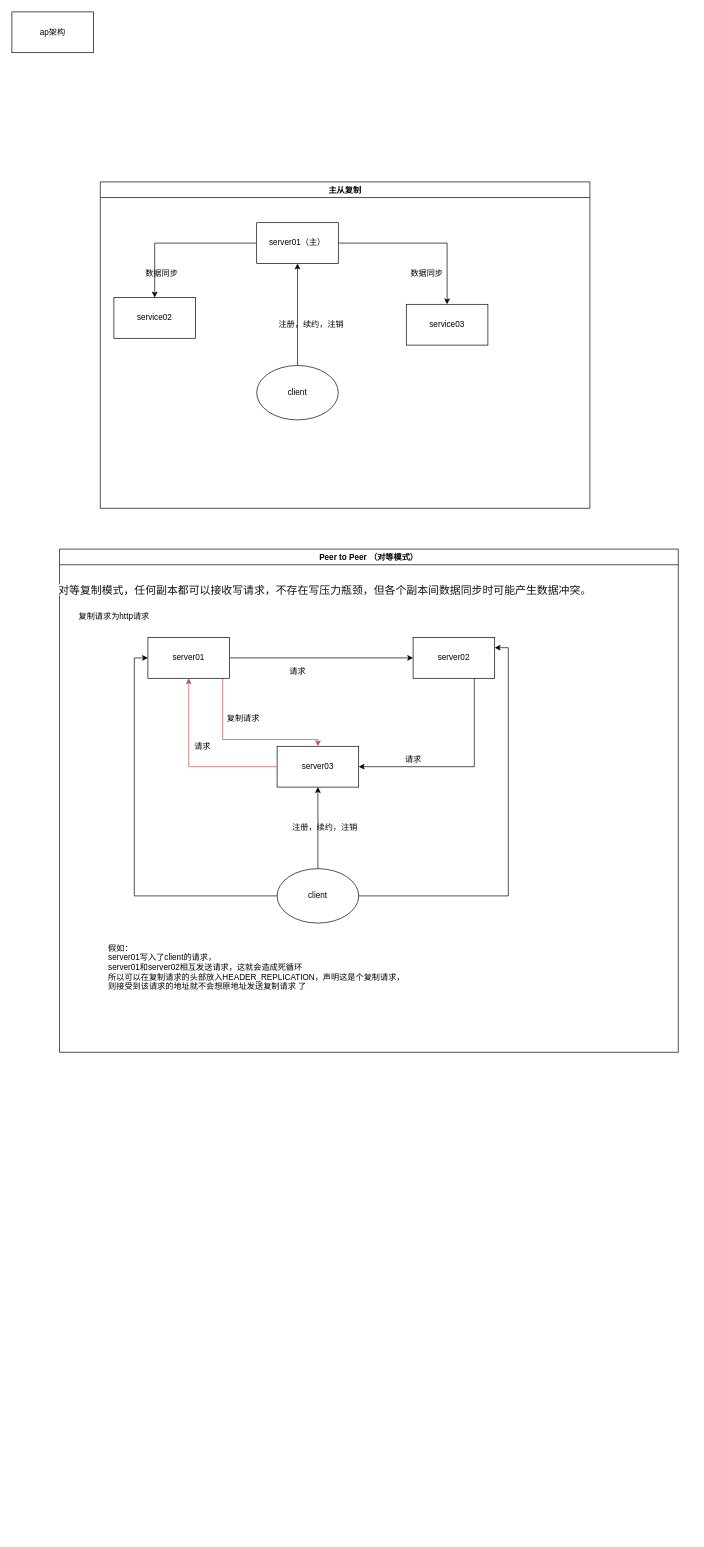
Earlier version of the draw.io diagram Untitled Diagram.drawio (x-Yorozuya/java-). Source tidied: cells renumbered, new cells numbered last; positions are measured from the earlier drawing's top-left corner, leaving out a move shared by most shapes. Both pictures are drawn from the tidied source at 68%, with x=0, y=0 at pixel (12, 12).
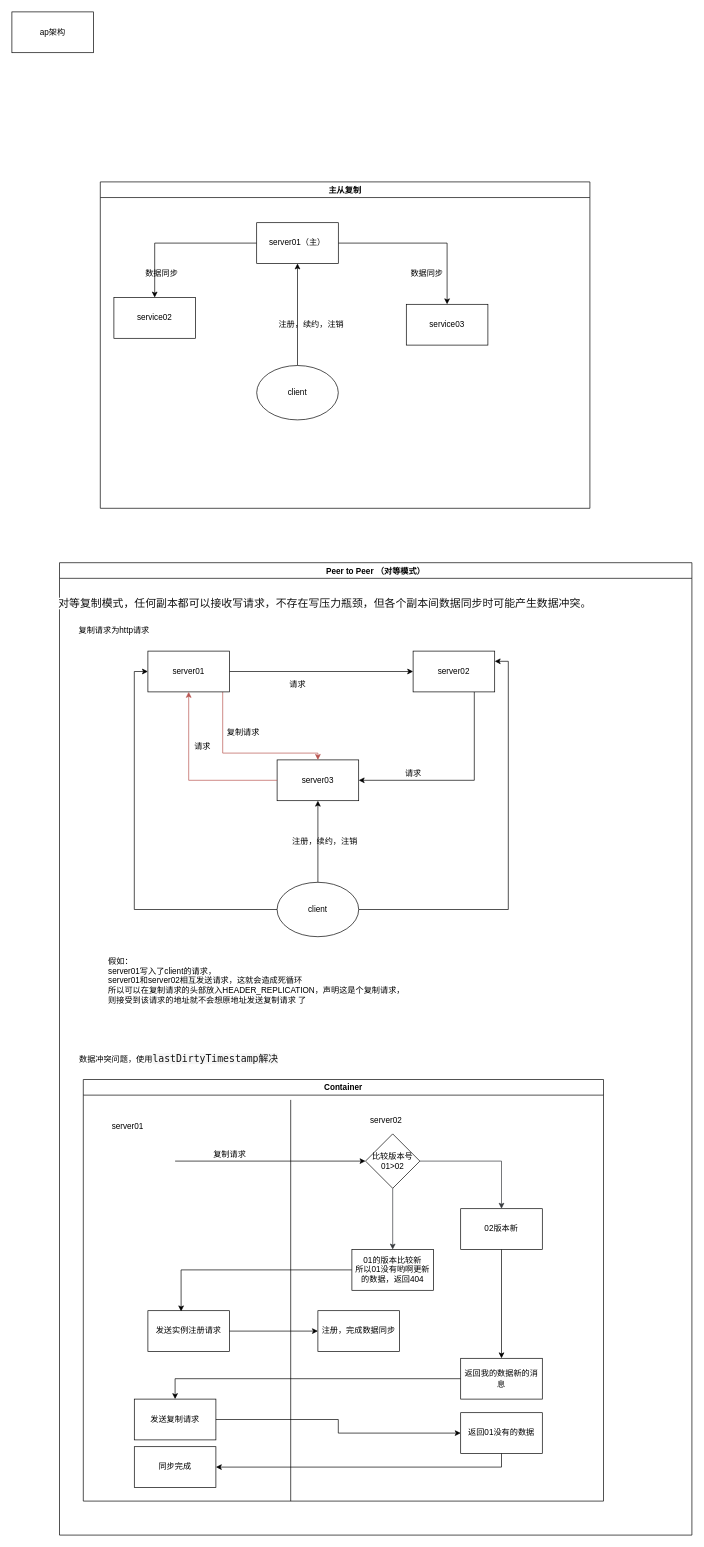
Above is the later version.

Diff of the diagram source:
```diff
@@
-    <mxCell id="14" value="Peer to Peer （对等模式）" style="swimlane;" parent="1" vertex="1">
-      <mxGeometry x="70" y="790" width="910" height="740" as="geometry" />
+    <mxCell id="14" value="Peer to Peer （对等模式）" style="swimlane;shadow=0;" parent="1" vertex="1">
+      <mxGeometry x="70" y="810" width="930" height="1430" as="geometry" />
     </mxCell>
@@
+    <mxCell id="34" value="数据冲突问题，使用&lt;span style=&quot;color: rgb(18 , 18 , 18) ; font-family: &amp;#34;menlo&amp;#34; , &amp;#34;monaco&amp;#34; , &amp;#34;consolas&amp;#34; , &amp;#34;andale mono&amp;#34; , &amp;#34;lucida console&amp;#34; , &amp;#34;courier new&amp;#34; , monospace ; font-size: 14.4px ; background-color: rgb(246 , 246 , 246)&quot;&gt;lastDirtyTimestamp解决&lt;/span&gt;" style="text;html=1;align=center;verticalAlign=middle;fontFamily=Helvetica;" parent="14" vertex="1">
+      <mxGeometry x="30" y="720" width="290" height="20" as="geometry" />
+    </mxCell>
+    <mxCell id="35" value="Container" style="swimlane;fontFamily=Helvetica;" parent="14" vertex="1">
+      <mxGeometry x="35" y="760" width="765" height="620" as="geometry" />
+    </mxCell>
+    <mxCell id="36" style="endArrow=none;html=1;fontFamily=Helvetica;" parent="35" edge="1">
+      <mxGeometry relative="1" as="geometry">
+        <mxPoint x="305" y="620" as="sourcePoint" />
+        <mxPoint x="305" y="30" as="targetPoint" />
+      </mxGeometry>
+    </mxCell>
+    <mxCell id="37" value="server02" style="text;html=1;align=center;verticalAlign=middle;fontFamily=Helvetica;" parent="35" vertex="1">
+      <mxGeometry x="415" y="50" width="60" height="20" as="geometry" />
+    </mxCell>
+    <mxCell id="38" style="endArrow=classic;html=1;fontFamily=Helvetica;entryX=0;entryY=0.5;entryDx=0;entryDy=0;" parent="35" edge="1" target="39">
+      <mxGeometry relative="1" as="geometry">
+        <mxPoint x="135" y="120" as="sourcePoint" />
+      </mxGeometry>
+    </mxCell>
+    <mxCell id="39" value="比较版本号&lt;br&gt;01&amp;gt;02" style="rhombus;whiteSpace=wrap;html=1;fontFamily=Helvetica;" parent="35" vertex="1">
+      <mxGeometry x="415" y="80" width="80" height="80" as="geometry" />
+    </mxCell>
+    <mxCell id="40" value="发送实例注册请求" style="whiteSpace=wrap;html=1;fontFamily=Helvetica;" parent="35" vertex="1">
+      <mxGeometry x="95" y="340" width="120" height="60" as="geometry" />
+    </mxCell>
+    <mxCell id="41" value="注册，完成数据同步" style="whiteSpace=wrap;html=1;fontFamily=Helvetica;" parent="35" vertex="1">
+      <mxGeometry x="345" y="340" width="120" height="60" as="geometry" />
+    </mxCell>
+    <mxCell id="42" style="edgeStyle=orthogonalEdgeStyle;rounded=0;jettySize=auto;html=1;fontFamily=Helvetica;" parent="35" edge="1" source="40" target="41">
+      <mxGeometry relative="1" as="geometry" />
+    </mxCell>
+    <mxCell id="43" value="02版本新" style="whiteSpace=wrap;html=1;" parent="35" vertex="1">
+      <mxGeometry x="555" y="190" width="120" height="60" as="geometry" />
+    </mxCell>
+    <mxCell id="44" style="edgeStyle=orthogonalEdgeStyle;rounded=0;jettySize=auto;html=1;fontFamily=Helvetica;fillColor=#ffff88;strokeColor=#36393d;" parent="35" edge="1" source="39" target="43">
+      <mxGeometry relative="1" as="geometry" />
+    </mxCell>
+    <mxCell id="45" style="edgeStyle=orthogonalEdgeStyle;rounded=0;jettySize=auto;html=1;entryX=0.5;entryY=0;entryDx=0;entryDy=0;fontFamily=Helvetica;" parent="35" edge="1" source="46" target="48">
+      <mxGeometry relative="1" as="geometry" />
+    </mxCell>
+    <mxCell id="46" value="返回我的数据新的消息" style="whiteSpace=wrap;html=1;shadow=0;fontFamily=Helvetica;" parent="35" vertex="1">
+      <mxGeometry x="555" y="410" width="120" height="60" as="geometry" />
+    </mxCell>
+    <mxCell id="47" style="edgeStyle=orthogonalEdgeStyle;rounded=0;jettySize=auto;html=1;fontFamily=Helvetica;entryX=0.5;entryY=0;entryDx=0;entryDy=0;" parent="35" edge="1" source="43" target="46">
+      <mxGeometry relative="1" as="geometry" />
+    </mxCell>
+    <mxCell id="48" value="发送复制请求" style="whiteSpace=wrap;html=1;shadow=0;fontFamily=Helvetica;" parent="35" vertex="1">
+      <mxGeometry x="75" y="470" width="120" height="60" as="geometry" />
+    </mxCell>
+    <mxCell id="49" value="同步完成" style="whiteSpace=wrap;html=1;shadow=0;fontFamily=Helvetica;" parent="35" vertex="1">
+      <mxGeometry x="75" y="540" width="120" height="60" as="geometry" />
+    </mxCell>
+    <mxCell id="50" value="返回01没有的数据" style="whiteSpace=wrap;html=1;shadow=0;fontFamily=Helvetica;" parent="35" vertex="1">
+      <mxGeometry x="555" y="490" width="120" height="60" as="geometry" />
+    </mxCell>
+    <mxCell id="51" style="edgeStyle=orthogonalEdgeStyle;rounded=0;jettySize=auto;html=1;fontFamily=Helvetica;" parent="35" edge="1" source="48" target="50">
+      <mxGeometry relative="1" as="geometry" />
+    </mxCell>
+    <mxCell id="52" style="edgeStyle=orthogonalEdgeStyle;rounded=0;jettySize=auto;html=1;fontFamily=Helvetica;entryX=1;entryY=0.5;entryDx=0;entryDy=0;" parent="35" edge="1" source="50" target="49">
+      <mxGeometry relative="1" as="geometry">
+        <Array as="points">
+          <mxPoint x="615" y="570" />
+        </Array>
+      </mxGeometry>
+    </mxCell>
@@
+    <mxCell id="53" value="server01" style="text;html=1;align=center;verticalAlign=middle;fontFamily=Helvetica;" parent="1" vertex="1">
+      <mxGeometry x="140" y="1630" width="60" height="20" as="geometry" />
+    </mxCell>
+    <mxCell id="54" value="复制请求" style="text;html=1;align=center;verticalAlign=middle;fontFamily=Helvetica;" parent="1" vertex="1">
+      <mxGeometry x="290" y="1670" width="60" height="20" as="geometry" />
+    </mxCell>
+    <mxCell id="55" style="edgeStyle=orthogonalEdgeStyle;rounded=0;jettySize=auto;html=1;entryX=0.407;entryY=0.017;entryDx=0;entryDy=0;entryPerimeter=0;fontFamily=Helvetica;" parent="1" edge="1" source="56" target="40">
+      <mxGeometry relative="1" as="geometry" />
+    </mxCell>
+    <mxCell id="56" value="01的版本比较新&lt;br&gt;所以01没有哟啊更新的数据，返回404" style="whiteSpace=wrap;html=1;" parent="1" vertex="1">
+      <mxGeometry x="500" y="1820" width="120" height="60" as="geometry" />
+    </mxCell>
+    <mxCell id="57" style="edgeStyle=orthogonalEdgeStyle;rounded=0;jettySize=auto;html=1;fontFamily=Helvetica;fillColor=#cdeb8b;strokeColor=#36393d;" parent="1" edge="1" source="39" target="56">
+      <mxGeometry relative="1" as="geometry" />
+    </mxCell>
```
